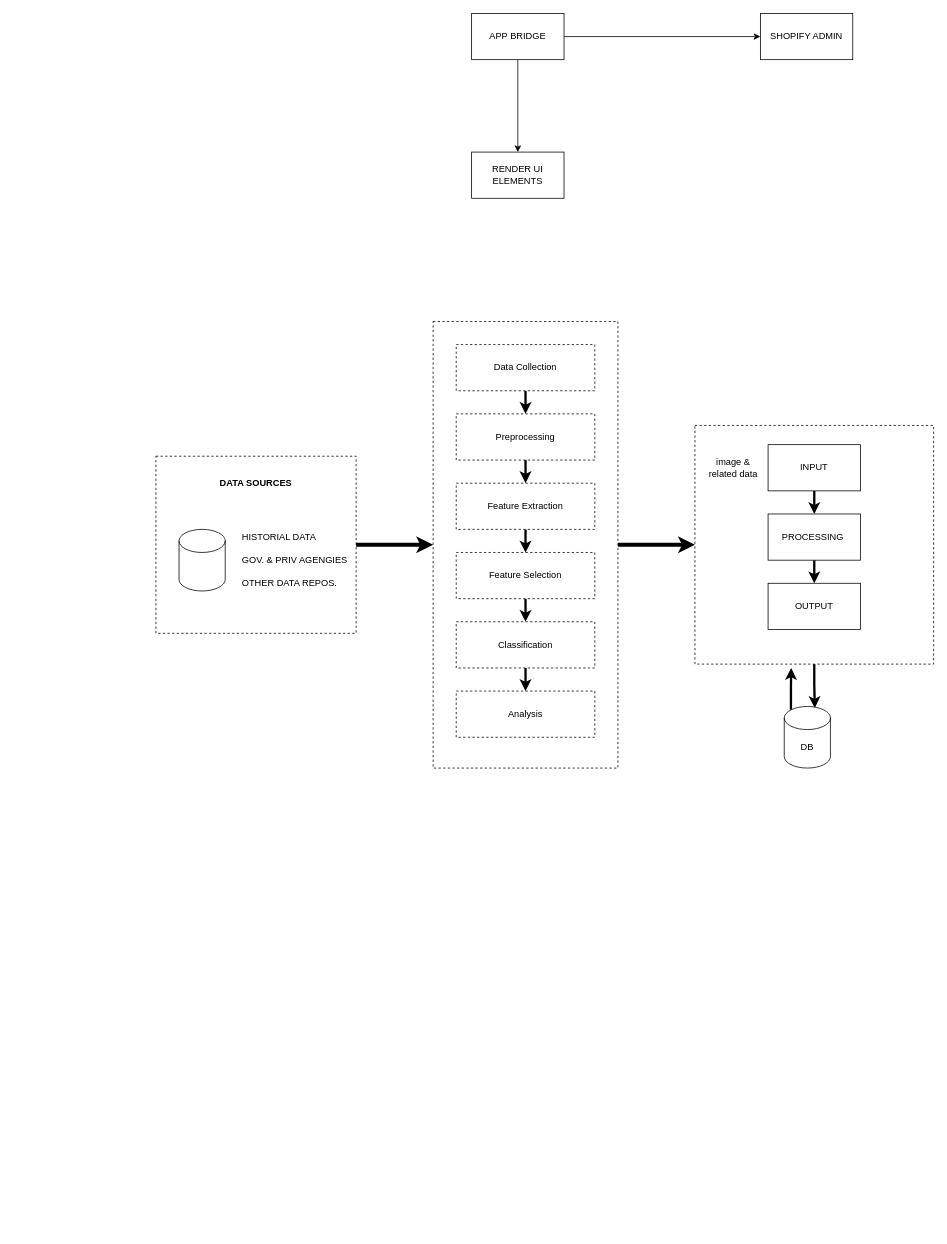
Before: kmcc/Untitled Diagram.drawio in genmancoder/systems-diagrams, a draw.io diagram. Source tidied: cells renumbered, new cells numbered last; positions are measured from the earlier drawing's top-left corner, leaving out a move shared by most shapes. Both pictures are drawn from the tidied source at 77%, with x=0, y=0 at pixel (156, 13).
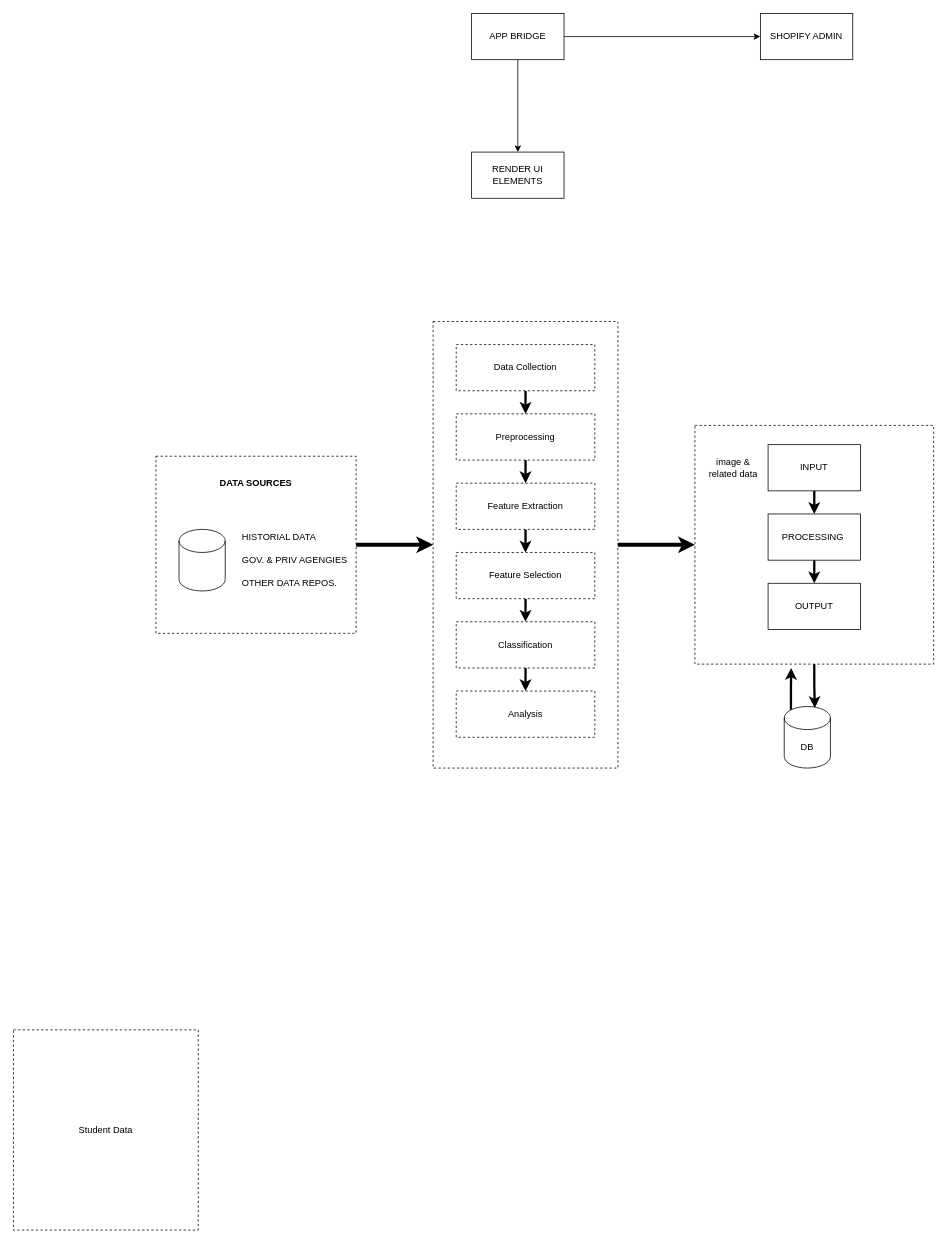
The same page after the edit.

What changed in the source:
```diff
@@
+    <mxCell id="38" value="Student Data" style="rounded=0;whiteSpace=wrap;html=1;dashed=1;fillColor=none;" parent="1" vertex="1">
+      <mxGeometry x="-185" y="1320" width="240" height="260" as="geometry" />
+    </mxCell>
```
